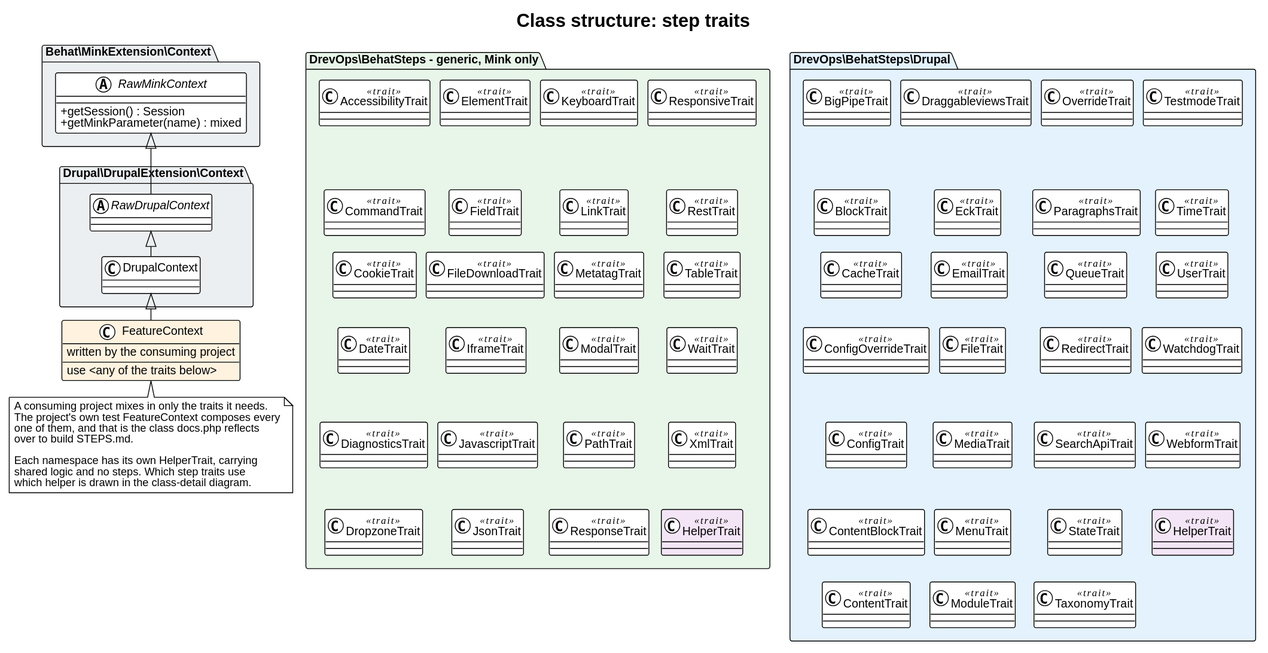
The PlantUML diagram docs/architecture/class-traits.svg in drevops/behat-steps, before a commit.
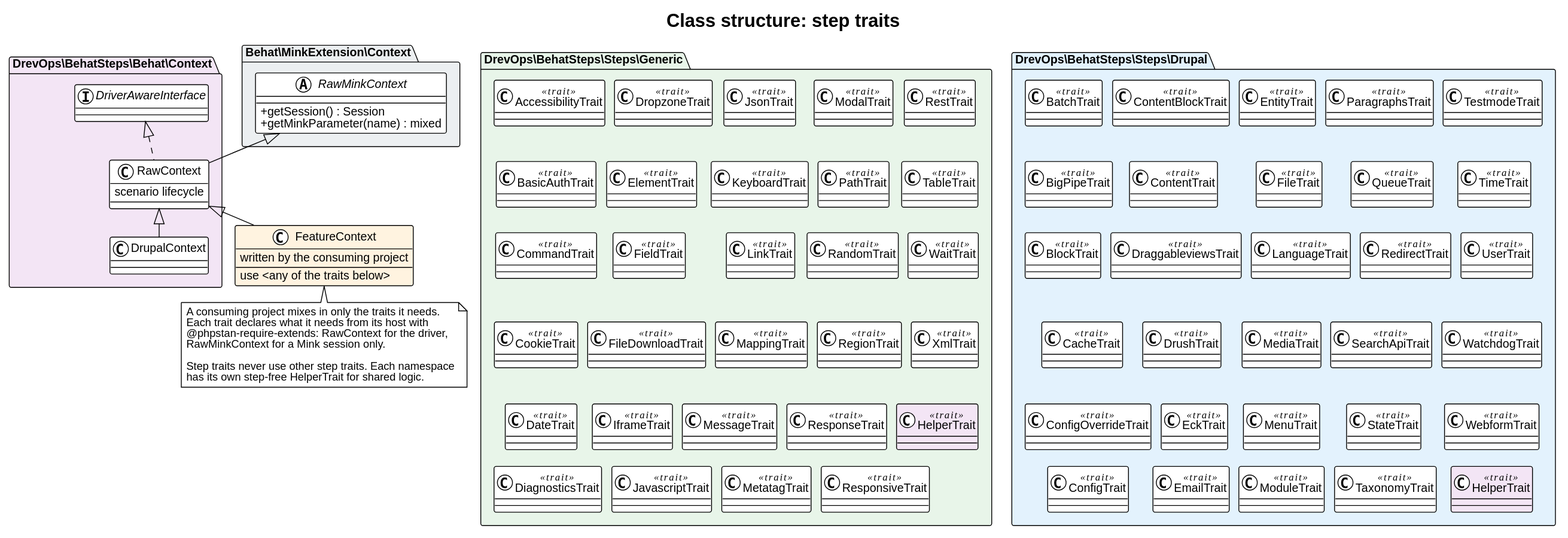
After the change.

Change to the diagram source:
```diff
@@ -15,8 +15,11 @@
   }
 }
 
-package "Drupal\\DrupalExtension\\Context" #ECEFF1 {
-  abstract class RawDrupalContext
+package "DrevOps\\BehatSteps\\Behat\\Context" #F3E5F5 {
+  interface DriverAwareInterface
+  class RawContext {
+    scenario lifecycle
+  }
   class DrupalContext
 }
 
@@ -26,85 +29,101 @@
   use <any of the traits below>
 }
 
-RawMinkContext <|-- RawDrupalContext
-RawDrupalContext <|-- DrupalContext
-DrupalContext <|-- FeatureContext
+RawMinkContext <|-- RawContext
+DriverAwareInterface <|.. RawContext
+RawContext <|-- DrupalContext
+RawContext <|-- FeatureContext
 
-package "DrevOps\\BehatSteps - generic, Mink only" #E8F5E9 {
+package "DrevOps\\BehatSteps\\Steps\\Generic" #E8F5E9 {
   class HelperTrait <<trait>> #F3E5F5
 
   class AccessibilityTrait <<trait>>
+  class BasicAuthTrait <<trait>>
   class CommandTrait <<trait>>
   class CookieTrait <<trait>>
   class DateTrait <<trait>>
   class DiagnosticsTrait <<trait>>
+
   class DropzoneTrait <<trait>>
-
   class ElementTrait <<trait>>
   class FieldTrait <<trait>>
   class FileDownloadTrait <<trait>>
   class IframeTrait <<trait>>
   class JavascriptTrait <<trait>>
+
   class JsonTrait <<trait>>
-
   class KeyboardTrait <<trait>>
   class LinkTrait <<trait>>
+  class MappingTrait <<trait>>
+  class MessageTrait <<trait>>
   class MetatagTrait <<trait>>
+
   class ModalTrait <<trait>>
   class PathTrait <<trait>>
+  class RandomTrait <<trait>>
+  class RegionTrait <<trait>>
   class ResponseTrait <<trait>>
+  class ResponsiveTrait <<trait>>
 
-  class ResponsiveTrait <<trait>>
   class RestTrait <<trait>>
   class TableTrait <<trait>>
   class WaitTrait <<trait>>
   class XmlTrait <<trait>>
 
-  AccessibilityTrait -[hidden]down- CommandTrait
+  AccessibilityTrait -[hidden]down- BasicAuthTrait
+  BasicAuthTrait -[hidden]down- CommandTrait
   CommandTrait -[hidden]down- CookieTrait
   CookieTrait -[hidden]down- DateTrait
   DateTrait -[hidden]down- DiagnosticsTrait
-  DiagnosticsTrait -[hidden]down- DropzoneTrait
 
+  DropzoneTrait -[hidden]down- ElementTrait
   ElementTrait -[hidden]down- FieldTrait
   FieldTrait -[hidden]down- FileDownloadTrait
   FileDownloadTrait -[hidden]down- IframeTrait
   IframeTrait -[hidden]down- JavascriptTrait
-  JavascriptTrait -[hidden]down- JsonTrait
 
+  JsonTrait -[hidden]down- KeyboardTrait
   KeyboardTrait -[hidden]down- LinkTrait
-  LinkTrait -[hidden]down- MetatagTrait
-  MetatagTrait -[hidden]down- ModalTrait
+  LinkTrait -[hidden]down- MappingTrait
+  MappingTrait -[hidden]down- MessageTrait
+  MessageTrait -[hidden]down- MetatagTrait
+
   ModalTrait -[hidden]down- PathTrait
-  PathTrait -[hidden]down- ResponseTrait
+  PathTrait -[hidden]down- RandomTrait
+  RandomTrait -[hidden]down- RegionTrait
+  RegionTrait -[hidden]down- ResponseTrait
+  ResponseTrait -[hidden]down- ResponsiveTrait
 
-  ResponsiveTrait -[hidden]down- RestTrait
   RestTrait -[hidden]down- TableTrait
   TableTrait -[hidden]down- WaitTrait
   WaitTrait -[hidden]down- XmlTrait
   XmlTrait -[hidden]down- HelperTrait
 }
 
-package "DrevOps\\BehatSteps\\Drupal" #E3F2FD {
+package "DrevOps\\BehatSteps\\Steps\\Drupal" #E3F2FD {
   class "HelperTrait" as DrupalHelperTrait <<trait>> #F3E5F5
 
+  class BatchTrait <<trait>>
   class BigPipeTrait <<trait>>
   class BlockTrait <<trait>>
   class CacheTrait <<trait>>
   class ConfigOverrideTrait <<trait>>
   class ConfigTrait <<trait>>
+
   class ContentBlockTrait <<trait>>
   class ContentTrait <<trait>>
-
   class DraggableviewsTrait <<trait>>
+  class DrushTrait <<trait>>
   class EckTrait <<trait>>
   class EmailTrait <<trait>>
+
+  class EntityTrait <<trait>>
   class FileTrait <<trait>>
+  class LanguageTrait <<trait>>
   class MediaTrait <<trait>>
   class MenuTrait <<trait>>
   class ModuleTrait <<trait>>
 
-  class OverrideTrait <<trait>>
   class ParagraphsTrait <<trait>>
   class QueueTrait <<trait>>
   class RedirectTrait <<trait>>
@@ -118,21 +137,24 @@
   class WatchdogTrait <<trait>>
   class WebformTrait <<trait>>
 
+  BatchTrait -[hidden]down- BigPipeTrait
   BigPipeTrait -[hidden]down- BlockTrait
   BlockTrait -[hidden]down- CacheTrait
   CacheTrait -[hidden]down- ConfigOverrideTrait
   ConfigOverrideTrait -[hidden]down- ConfigTrait
-  ConfigTrait -[hidden]down- ContentBlockTrait
+
   ContentBlockTrait -[hidden]down- ContentTrait
+  ContentTrait -[hidden]down- DraggableviewsTrait
+  DraggableviewsTrait -[hidden]down- DrushTrait
+  DrushTrait -[hidden]down- EckTrait
+  EckTrait -[hidden]down- EmailTrait
 
-  DraggableviewsTrait -[hidden]down- EckTrait
-  EckTrait -[hidden]down- EmailTrait
-  EmailTrait -[hidden]down- FileTrait
-  FileTrait -[hidden]down- MediaTrait
+  EntityTrait -[hidden]down- FileTrait
+  FileTrait -[hidden]down- LanguageTrait
+  LanguageTrait -[hidden]down- MediaTrait
   MediaTrait -[hidden]down- MenuTrait
   MenuTrait -[hidden]down- ModuleTrait
 
-  OverrideTrait -[hidden]down- ParagraphsTrait
   ParagraphsTrait -[hidden]down- QueueTrait
   QueueTrait -[hidden]down- RedirectTrait
   RedirectTrait -[hidden]down- SearchApiTrait
@@ -148,12 +170,11 @@
 
 note bottom of FeatureContext
   A consuming project mixes in only the traits it needs.
-  The project's own test FeatureContext composes every
-  one of them, and that is the class docs.php reflects
-  over to build STEPS.md.
+  Each trait declares what it needs from its host with
+  @phpstan-require-extends: RawContext for the driver,
+  RawMinkContext for a Mink session only.
 
-  Each namespace has its own HelperTrait, carrying
-  shared logic and no steps. Which step traits use
-  which helper is drawn in the class-detail diagram.
+  Step traits never use other step traits. Each namespace
+  has its own step-free HelperTrait for shared logic.
 end note
 @enduml
```
